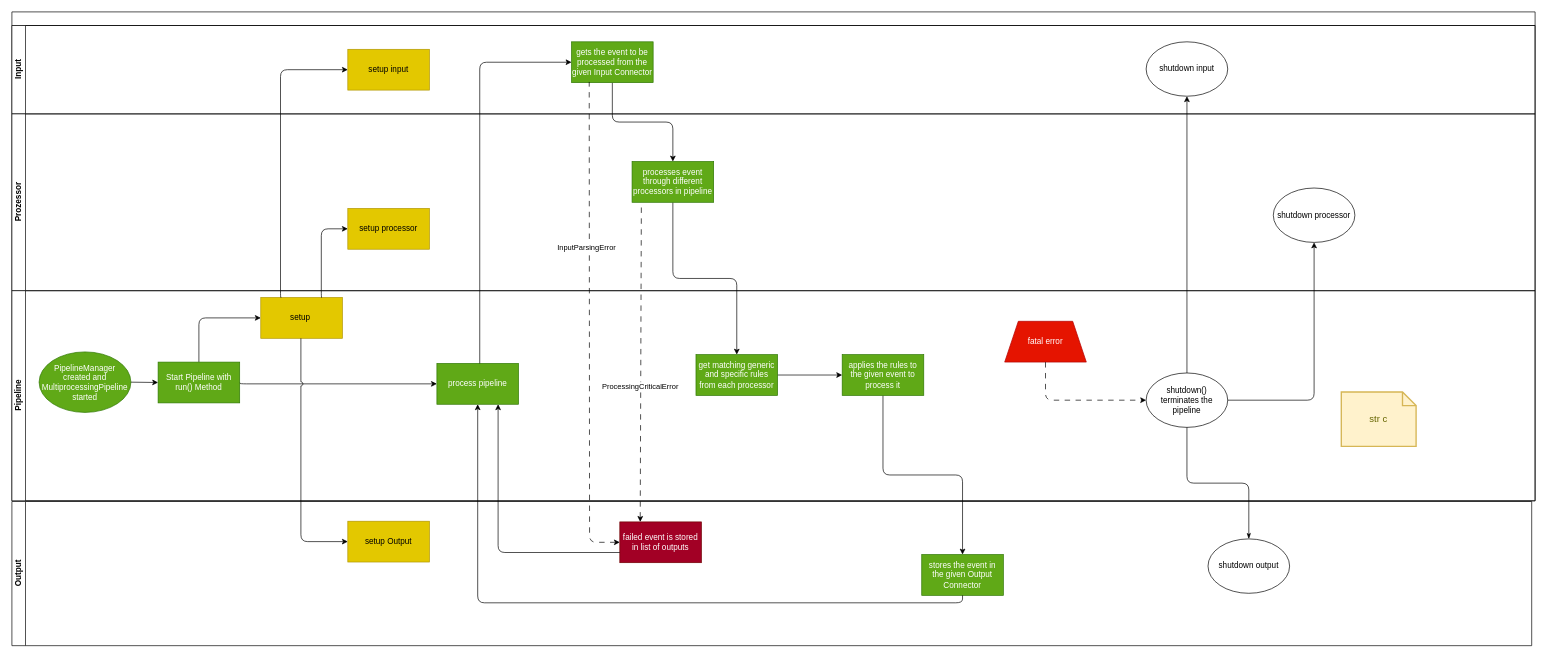
fkie-cad/Logprep keeps this draw.io diagram as doc/source/development/architecture/diagramms/pipeline.drawio. Above is the earlier version. Source tidied: cells renumbered, new cells numbered last; positions are measured from the earlier drawing's top-left corner, leaving out a move shared by most shapes. Both pictures are drawn from the tidied source at 68%, with x=0, y=0 at pixel (12, 12).
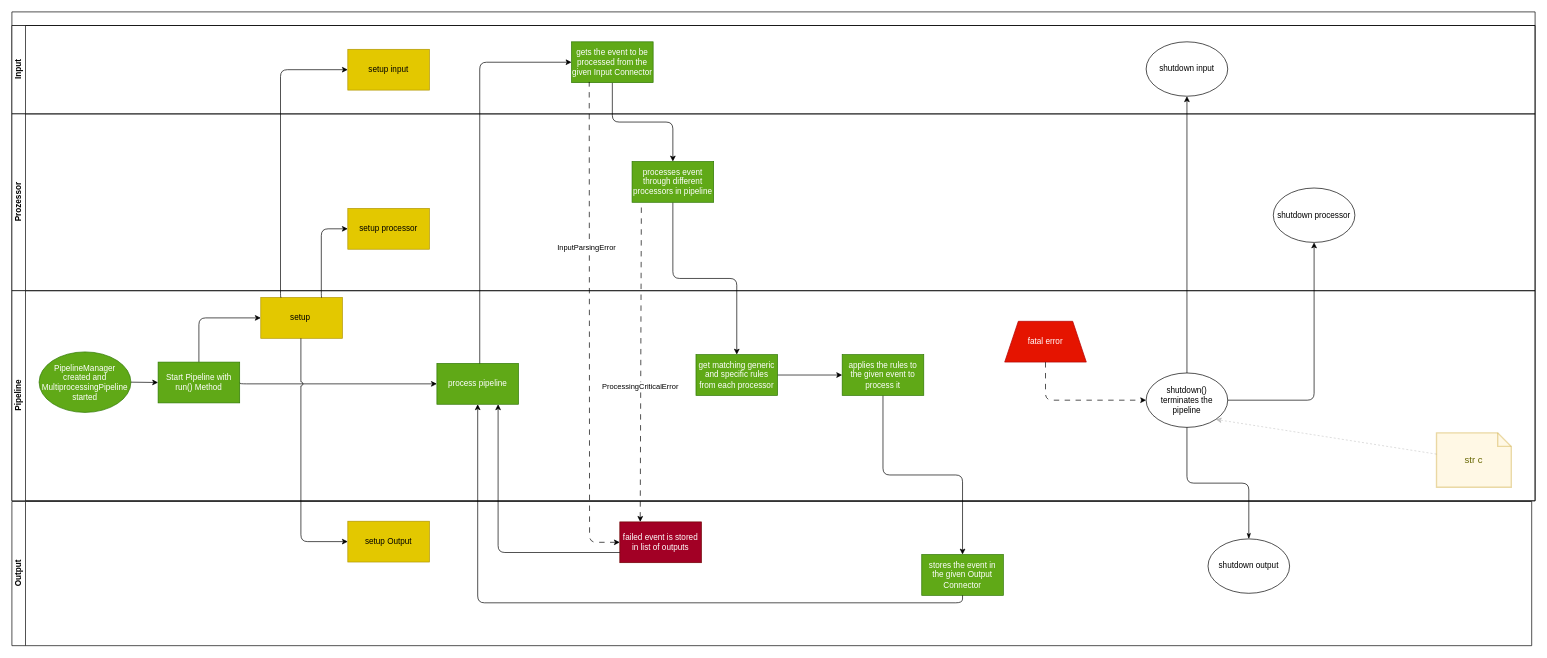
The same diagram, later.

Commit message (it also covers changes not shown here):
update notes on  diagram processor and pipeline

Unchanged cells that the change refers to:
```xml
<mxCell id="9" value="Pipeline" style="swimlane;startSize=20;horizontal=0;html=1;" parent="2" vertex="1">
  <mxGeometry y="410" width="2240" height="309" as="geometry" />
</mxCell>
<mxCell id="22" value="shutdown() terminates the pipeline" style="ellipse;whiteSpace=wrap;html=1;rounded=1;shadow=0;glass=0;sketch=0;" parent="21" vertex="1">
  <mxGeometry x="1668" y="-189" width="120" height="80" as="geometry" />
</mxCell>
```

The edit, as a diff of the source:
```diff
@@
-    <mxCell id="18" value="str c" style="shape=note;strokeWidth=2;fontSize=14;size=20;whiteSpace=wrap;html=1;fillColor=#fff2cc;strokeColor=#d6b656;fontColor=#666600;" parent="9" vertex="1">
-      <mxGeometry x="1955" y="149" width="110" height="80" as="geometry" />
+    <mxCell id="18" value="str c" style="shape=note;strokeWidth=2;fontSize=14;size=20;whiteSpace=wrap;html=1;fillColor=#fff2cc;strokeColor=#d6b656;fontColor=#666600;opacity=50;" parent="9" vertex="1">
+      <mxGeometry x="2095" y="209" width="110" height="80" as="geometry" />
     </mxCell>
@@
+    <mxCell id="47" style="edgeStyle=none;html=1;entryX=1;entryY=1;entryDx=0;entryDy=0;dashed=1;opacity=20;" parent="1" edge="1" source="18" target="22">
+      <mxGeometry relative="1" as="geometry" />
+    </mxCell>
```
